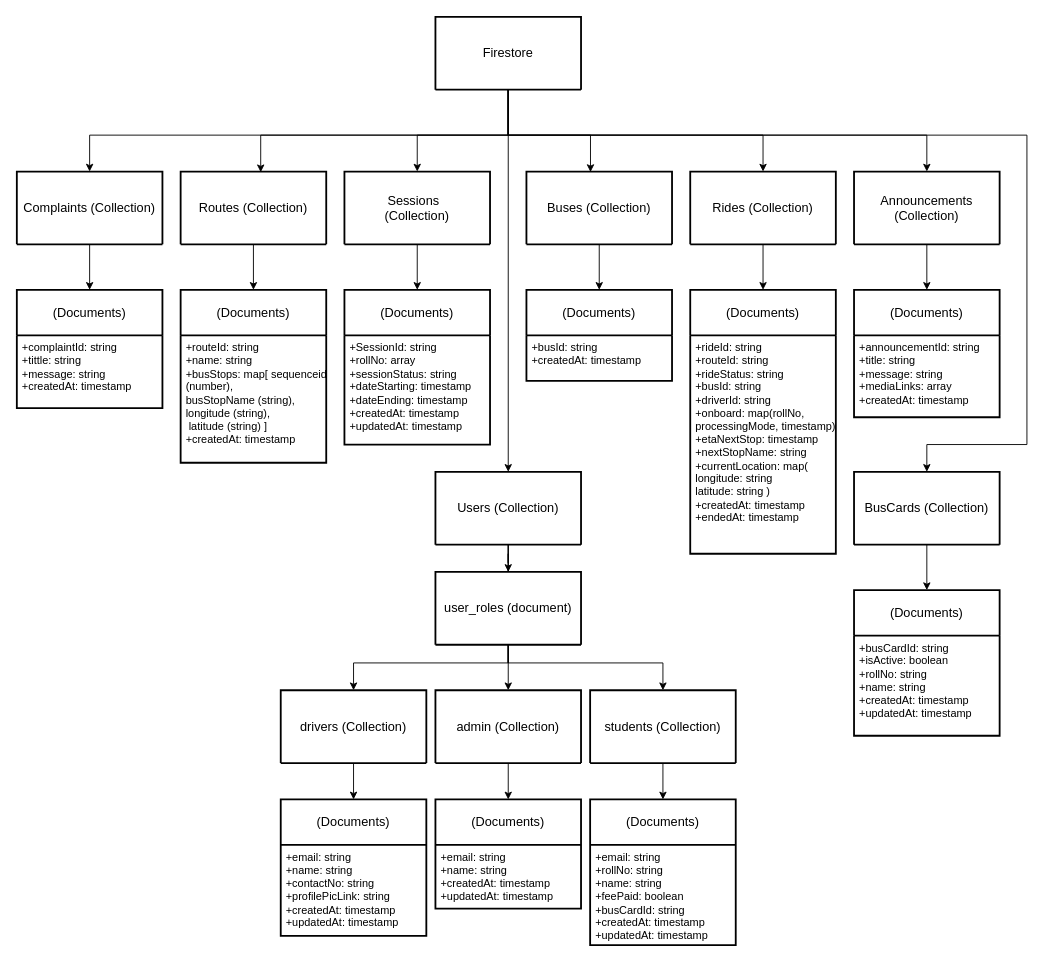
Above: NTU Ride Pilot/Documentation/Diagrams/Database Design/database.drawio in Abubakar-doc/FYP-24-SE-A-204 (draw.io), before the change. Source tidied: cells renumbered, new cells numbered last; positions are measured from the earlier drawing's top-left corner, leaving out a move shared by most shapes. Both pictures are drawn from the tidied source at 91%, with x=0, y=0 at pixel (16, 16).
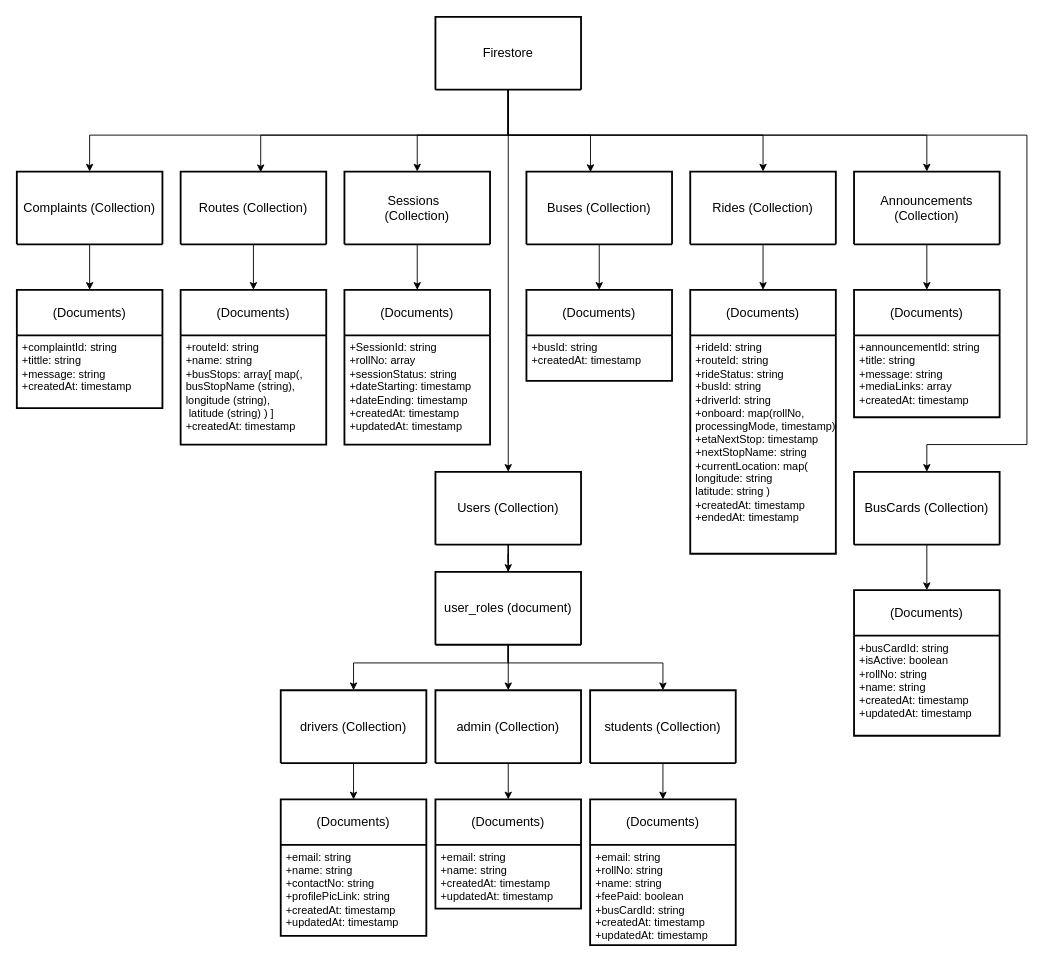
The same page after the edit.

Change to the diagram source:
```diff
@@
     <mxCell id="12" value="(Documents)" style="swimlane;horizontal=1;startSize=50;rounded=0;fontSize=14;fontStyle=0;strokeWidth=2;shadow=0;dashed=0;align=center;arcSize=4;whiteSpace=wrap;html=1;" parent="1" vertex="1">
-      <mxGeometry x="180" y="300" width="160" height="190" as="geometry" />
+      <mxGeometry x="180" y="300" width="160" height="170" as="geometry" />
     </mxCell>
-    <mxCell id="13" value="&lt;div&gt;&lt;div&gt;+routeId: string&lt;/div&gt;&lt;div&gt;&lt;div&gt;+name: string&lt;/div&gt;&lt;/div&gt;&lt;/div&gt;&lt;div&gt;+busStops: map[ sequenceid&amp;nbsp;&lt;/div&gt;&lt;div&gt;(number),&lt;/div&gt;&lt;div&gt;busStopName (string),&amp;nbsp;&lt;/div&gt;&lt;div&gt;longitude (string),&lt;/div&gt;&lt;div&gt;&amp;nbsp;latitude&amp;nbsp;&lt;span style=&quot;background-color: transparent; color: light-dark(rgb(0, 0, 0), rgb(255, 255, 255));&quot;&gt;(string)&lt;/span&gt;&lt;span style=&quot;background-color: transparent; color: light-dark(rgb(0, 0, 0), rgb(255, 255, 255));&quot;&gt;&amp;nbsp;]&lt;/span&gt;&lt;/div&gt;&lt;div&gt;      +createdAt: &lt;span class=&quot;hljs-type&quot;&gt;timestamp&lt;/span&gt;&lt;/div&gt;" style="align=left;strokeColor=none;fillColor=none;spacingLeft=4;fontSize=12;verticalAlign=top;html=1;rounded=0;" parent="12" vertex="1">
-      <mxGeometry y="50" width="160" height="140" as="geometry" />
+    <mxCell id="13" value="&lt;div&gt;&lt;div&gt;+routeId: string&lt;/div&gt;&lt;div&gt;&lt;div&gt;+name: string&lt;/div&gt;&lt;/div&gt;&lt;/div&gt;&lt;div&gt;+busStops: array[ map(&lt;span style=&quot;background-color: transparent; color: light-dark(rgb(0, 0, 0), rgb(255, 255, 255));&quot;&gt;,&lt;/span&gt;&lt;/div&gt;&lt;div&gt;busStopName (string),&amp;nbsp;&lt;/div&gt;&lt;div&gt;longitude (string),&lt;/div&gt;&lt;div&gt;&amp;nbsp;latitude&amp;nbsp;&lt;span style=&quot;background-color: transparent; color: light-dark(rgb(0, 0, 0), rgb(255, 255, 255));&quot;&gt;(string) )&lt;/span&gt;&lt;span style=&quot;background-color: transparent; color: light-dark(rgb(0, 0, 0), rgb(255, 255, 255));&quot;&gt;&amp;nbsp;]&lt;/span&gt;&lt;/div&gt;&lt;div&gt;      +createdAt: &lt;span class=&quot;hljs-type&quot;&gt;timestamp&lt;/span&gt;&lt;/div&gt;" style="align=left;strokeColor=none;fillColor=none;spacingLeft=4;fontSize=12;verticalAlign=top;html=1;rounded=0;" parent="12" vertex="1">
+      <mxGeometry y="50" width="160" height="120" as="geometry" />
     </mxCell>
```
